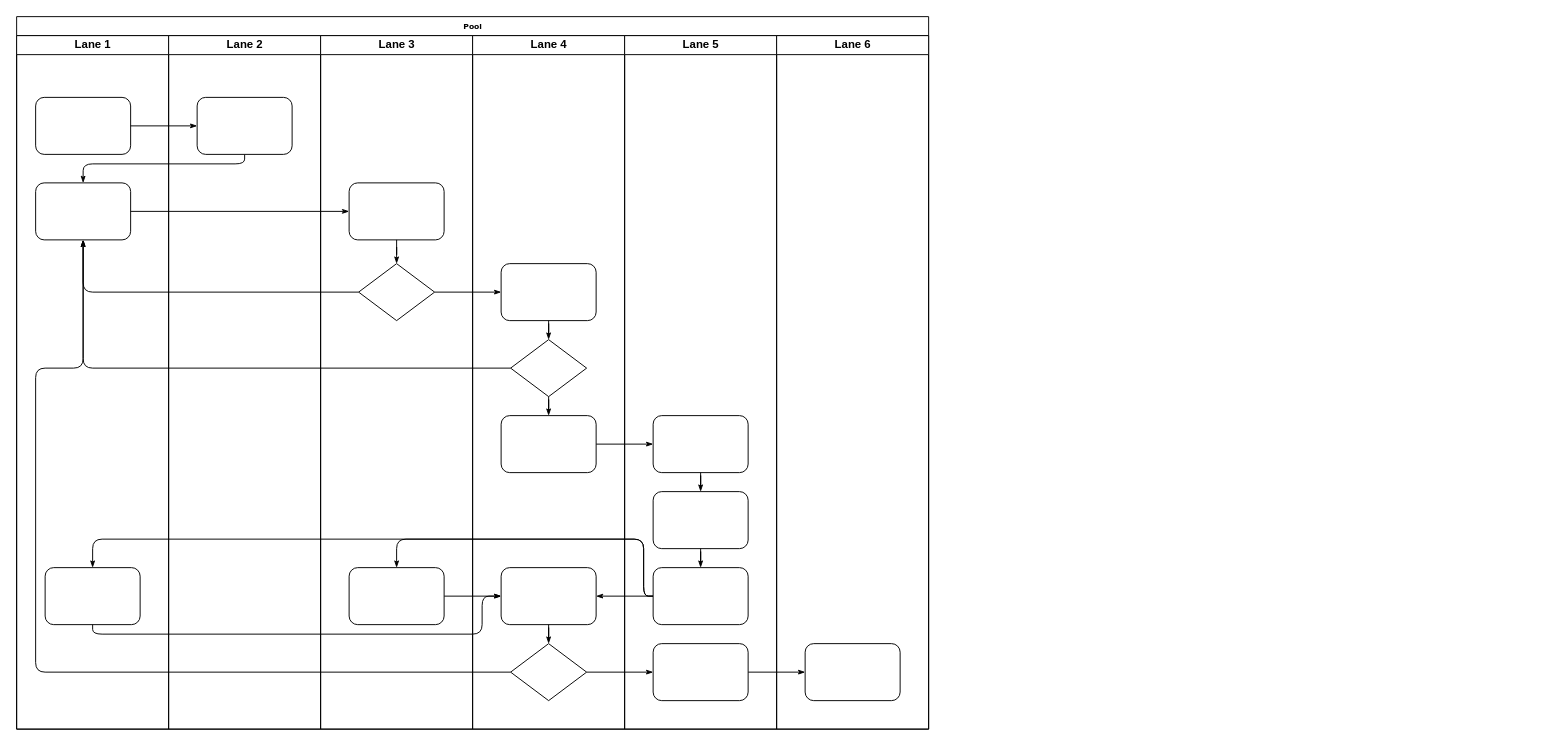
The draw.io diagram Ramalama.drawio in smooge/drawings, before the edit. Source tidied: cells renumbered, new cells numbered last; positions are measured from the earlier drawing's top-left corner, leaving out a move shared by most shapes. Both pictures are drawn from the tidied source at 95%, with x=0, y=0 at pixel (16, 16).
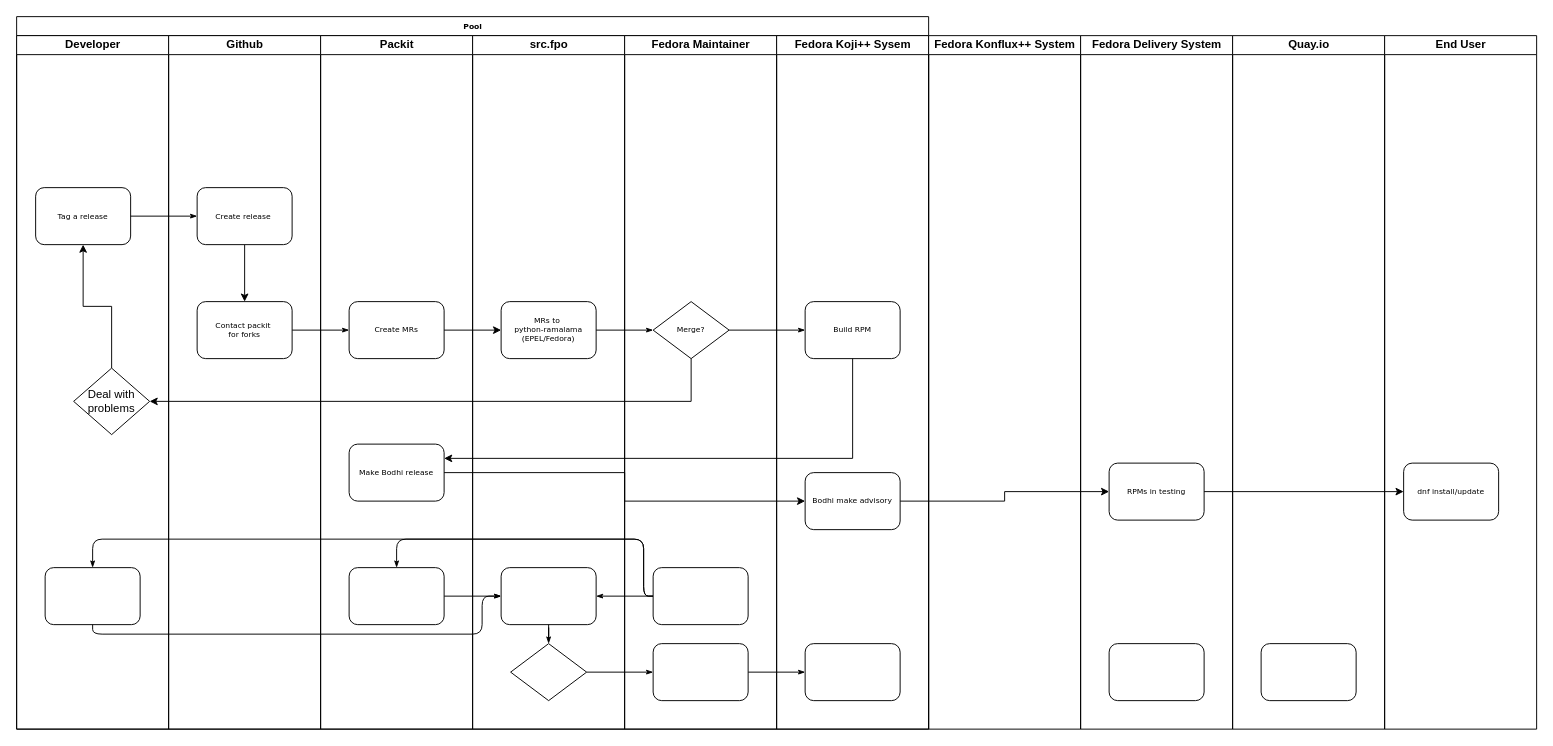
After the change.

Unchanged cells that the change refers to:
```xml
<mxCell id="2" value="Pool" style="swimlane;html=1;startSize=20;rounded=0;shadow=0;labelBackgroundColor=none;strokeWidth=1;fontFamily=Verdana;fontSize=8;align=center;" parent="1" vertex="1">
  <mxGeometry width="960" height="750" as="geometry" />
</mxCell>
<mxCell id="33" style="rounded=1;whiteSpace=wrap;html=1;shadow=0;labelBackgroundColor=none;strokeWidth=1;fontFamily=Verdana;fontSize=8;align=center;" parent="29" vertex="1">
  <mxGeometry x="30" y="560" width="100" height="60" as="geometry" />
</mxCell>
<mxCell id="34" style="rhombus;whiteSpace=wrap;html=1;rounded=0;shadow=0;labelBackgroundColor=none;strokeWidth=1;fontFamily=Verdana;fontSize=8;align=center;" parent="29" vertex="1">
  <mxGeometry x="40" y="640" width="80" height="60" as="geometry" />
</mxCell>
```

Change to the diagram source:
```diff
@@
-    <mxCell id="3" value="Lane 1" style="swimlane;html=1;startSize=20;" parent="2" vertex="1">
+    <mxCell id="3" value="Developer" style="swimlane;html=1;startSize=20;" parent="2" vertex="1">
       <mxGeometry y="20" width="160" height="730" as="geometry" />
     </mxCell>
-    <mxCell id="4" style="rounded=1;whiteSpace=wrap;html=1;shadow=0;labelBackgroundColor=none;strokeWidth=1;fontFamily=Verdana;fontSize=8;align=center;" parent="3" vertex="1">
-      <mxGeometry x="20" y="65" width="100" height="60" as="geometry" />
+    <mxCell id="4" value="Tag a release" style="rounded=1;whiteSpace=wrap;html=1;shadow=0;labelBackgroundColor=none;strokeWidth=1;fontFamily=Verdana;fontSize=8;align=center;" parent="3" vertex="1">
+      <mxGeometry x="20" y="160" width="100" height="60" as="geometry" />
     </mxCell>
-    <mxCell id="5" style="rounded=1;whiteSpace=wrap;html=1;shadow=0;labelBackgroundColor=none;strokeWidth=1;fontFamily=Verdana;fontSize=8;align=center;" parent="3" vertex="1">
-      <mxGeometry x="20" y="155" width="100" height="60" as="geometry" />
-    </mxCell>
@@
+    <mxCell id="47" style="edgeStyle=orthogonalEdgeStyle;rounded=0;jettySize=auto;html=1;exitX=0.5;exitY=0;exitDx=0;exitDy=0;entryX=0.5;entryY=1;entryDx=0;entryDy=0;" parent="3" edge="1" source="48" target="4">
+      <mxGeometry relative="1" as="geometry" />
+    </mxCell>
+    <mxCell id="48" value="Deal with problems" style="rhombus;whiteSpace=wrap;html=1;" parent="3" vertex="1">
+      <mxGeometry x="60" y="350" width="80" height="70" as="geometry" />
+    </mxCell>
@@
-    <mxCell id="8" style="edgeStyle=orthogonalEdgeStyle;rounded=1;html=1;labelBackgroundColor=none;startArrow=none;startFill=0;startSize=5;endArrow=classicThin;endFill=1;endSize=5;jettySize=auto;strokeWidth=1;fontFamily=Verdana;fontSize=8;" parent="2" edge="1" source="23" target="5">
-      <mxGeometry relative="1" as="geometry">
-        <Array as="points">
-          <mxPoint x="240" y="155" />
-          <mxPoint x="70" y="155" />
-        </Array>
-      </mxGeometry>
-    </mxCell>
@@
-    <mxCell id="10" style="edgeStyle=orthogonalEdgeStyle;rounded=1;html=1;labelBackgroundColor=none;startArrow=none;startFill=0;startSize=5;endArrow=classicThin;endFill=1;endSize=5;jettySize=auto;strokeWidth=1;fontFamily=Verdana;fontSize=8;" parent="2" edge="1" source="26" target="5">
-      <mxGeometry relative="1" as="geometry" />
-    </mxCell>
-    <mxCell id="11" style="edgeStyle=orthogonalEdgeStyle;rounded=1;html=1;labelBackgroundColor=none;startArrow=none;startFill=0;startSize=5;endArrow=classicThin;endFill=1;endSize=5;jettySize=auto;strokeWidth=1;fontFamily=Verdana;fontSize=8;" parent="2" edge="1" source="31" target="5">
-      <mxGeometry relative="1" as="geometry" />
-    </mxCell>
-    <mxCell id="12" style="edgeStyle=orthogonalEdgeStyle;rounded=1;html=1;labelBackgroundColor=none;startArrow=none;startFill=0;startSize=5;endArrow=classicThin;endFill=1;endSize=5;jettySize=auto;strokeWidth=1;fontFamily=Verdana;fontSize=8;" parent="2" edge="1" source="34" target="5">
-      <mxGeometry relative="1" as="geometry">
-        <Array as="points">
-          <mxPoint x="20" y="690" />
-          <mxPoint x="20" y="370" />
-          <mxPoint x="70" y="370" />
-        </Array>
-      </mxGeometry>
-    </mxCell>
-    <mxCell id="13" style="edgeStyle=orthogonalEdgeStyle;rounded=1;html=1;labelBackgroundColor=none;startArrow=none;startFill=0;startSize=5;endArrow=classicThin;endFill=1;endSize=5;jettySize=auto;strokeWidth=1;fontFamily=Verdana;fontSize=8;" parent="2" edge="1" source="26" target="30">
-      <mxGeometry relative="1" as="geometry" />
-    </mxCell>
@@
-    <mxCell id="16" style="edgeStyle=orthogonalEdgeStyle;rounded=1;html=1;labelBackgroundColor=none;startArrow=none;startFill=0;startSize=5;endArrow=classicThin;endFill=1;endSize=5;jettySize=auto;strokeWidth=1;fontFamily=Verdana;fontSize=8;" parent="2" edge="1" source="32" target="39">
-      <mxGeometry relative="1" as="geometry" />
-    </mxCell>
@@
-    <mxCell id="22" value="Lane 2" style="swimlane;html=1;startSize=20;" parent="2" vertex="1">
+    <mxCell id="22" value="Github" style="swimlane;html=1;startSize=20;" parent="2" vertex="1">
       <mxGeometry x="160" y="20" width="160" height="730" as="geometry" />
     </mxCell>
+    <mxCell id="8" style="edgeStyle=orthogonalEdgeStyle;rounded=0;jettySize=auto;html=1;exitX=0.5;exitY=1;exitDx=0;exitDy=0;entryX=0.5;entryY=0;entryDx=0;entryDy=0;" parent="22" edge="1" source="23" target="5">
+      <mxGeometry relative="1" as="geometry" />
+    </mxCell>
-    <mxCell id="23" style="rounded=1;whiteSpace=wrap;html=1;shadow=0;labelBackgroundColor=none;strokeWidth=1;fontFamily=Verdana;fontSize=8;align=center;" parent="22" vertex="1">
-      <mxGeometry x="30" y="65" width="100" height="60" as="geometry" />
+    <mxCell id="23" value="Create release&amp;nbsp;" style="rounded=1;whiteSpace=wrap;html=1;shadow=0;labelBackgroundColor=none;strokeWidth=1;fontFamily=Verdana;fontSize=8;align=center;" parent="22" vertex="1">
+      <mxGeometry x="30" y="160" width="100" height="60" as="geometry" />
     </mxCell>
+    <mxCell id="5" value="Contact packit&amp;nbsp;&lt;div&gt;for forks&lt;/div&gt;" style="rounded=1;whiteSpace=wrap;html=1;shadow=0;labelBackgroundColor=none;strokeWidth=1;fontFamily=Verdana;fontSize=8;align=center;" parent="22" vertex="1">
+      <mxGeometry x="30" y="280" width="100" height="60" as="geometry" />
+    </mxCell>
-    <mxCell id="24" value="Lane 3" style="swimlane;html=1;startSize=20;" parent="2" vertex="1">
+    <mxCell id="24" value="Packit" style="swimlane;html=1;startSize=20;" parent="2" vertex="1">
       <mxGeometry x="320" y="20" width="160" height="730" as="geometry" />
     </mxCell>
-    <mxCell id="25" style="rounded=1;whiteSpace=wrap;html=1;shadow=0;labelBackgroundColor=none;strokeWidth=1;fontFamily=Verdana;fontSize=8;align=center;" parent="24" vertex="1">
-      <mxGeometry x="30" y="155" width="100" height="60" as="geometry" />
+    <mxCell id="25" value="Create MRs" style="rounded=1;whiteSpace=wrap;html=1;shadow=0;labelBackgroundColor=none;strokeWidth=1;fontFamily=Verdana;fontSize=8;align=center;" parent="24" vertex="1">
+      <mxGeometry x="30" y="280" width="100" height="60" as="geometry" />
     </mxCell>
-    <mxCell id="26" style="rhombus;whiteSpace=wrap;html=1;rounded=0;shadow=0;labelBackgroundColor=none;strokeWidth=1;fontFamily=Verdana;fontSize=8;align=center;" parent="24" vertex="1">
-      <mxGeometry x="40" y="240" width="80" height="60" as="geometry" />
-    </mxCell>
@@
-    <mxCell id="28" style="edgeStyle=orthogonalEdgeStyle;rounded=1;html=1;labelBackgroundColor=none;startArrow=none;startFill=0;startSize=5;endArrow=classicThin;endFill=1;endSize=5;jettySize=auto;strokeWidth=1;fontFamily=Verdana;fontSize=8;" parent="24" edge="1" source="25" target="26">
-      <mxGeometry relative="1" as="geometry" />
-    </mxCell>
+    <mxCell id="39" value="Make Bodhi release" style="rounded=1;whiteSpace=wrap;html=1;shadow=0;labelBackgroundColor=none;strokeWidth=1;fontFamily=Verdana;fontSize=8;align=center;" parent="24" vertex="1">
+      <mxGeometry x="30" y="430" width="100" height="60" as="geometry" />
+    </mxCell>
-    <mxCell id="29" value="Lane 4" style="swimlane;html=1;startSize=20;" parent="2" vertex="1">
+    <mxCell id="29" value="src.fpo" style="swimlane;html=1;startSize=20;" parent="2" vertex="1">
       <mxGeometry x="480" y="20" width="160" height="730" as="geometry" />
     </mxCell>
-    <mxCell id="30" style="rounded=1;whiteSpace=wrap;html=1;shadow=0;labelBackgroundColor=none;strokeWidth=1;fontFamily=Verdana;fontSize=8;align=center;" parent="29" vertex="1">
-      <mxGeometry x="30" y="240" width="100" height="60" as="geometry" />
+    <mxCell id="30" value="MRs to&amp;nbsp;&lt;div&gt;python-ramalama&lt;/div&gt;&lt;div&gt;(EPEL/Fedora)&lt;/div&gt;" style="rounded=1;whiteSpace=wrap;html=1;shadow=0;labelBackgroundColor=none;strokeWidth=1;fontFamily=Verdana;fontSize=8;align=center;" parent="29" vertex="1">
+      <mxGeometry x="30" y="280" width="100" height="60" as="geometry" />
     </mxCell>
-    <mxCell id="31" style="rhombus;whiteSpace=wrap;html=1;rounded=0;shadow=0;labelBackgroundColor=none;strokeWidth=1;fontFamily=Verdana;fontSize=8;align=center;" parent="29" vertex="1">
-      <mxGeometry x="40" y="320" width="80" height="60" as="geometry" />
-    </mxCell>
-    <mxCell id="32" style="rounded=1;whiteSpace=wrap;html=1;shadow=0;labelBackgroundColor=none;strokeWidth=1;fontFamily=Verdana;fontSize=8;align=center;" parent="29" vertex="1">
-      <mxGeometry x="30" y="400" width="100" height="60" as="geometry" />
-    </mxCell>
@@
+    <mxCell id="37" style="edgeStyle=orthogonalEdgeStyle;rounded=1;html=1;labelBackgroundColor=none;startArrow=none;startFill=0;startSize=5;endArrow=classicThin;endFill=1;endSize=5;jettySize=auto;strokeWidth=1;fontFamily=Verdana;fontSize=8;" parent="29" edge="1" source="33" target="34">
+      <mxGeometry relative="1" as="geometry" />
+    </mxCell>
+    <mxCell id="38" value="Fedora Maintainer" style="swimlane;html=1;startSize=20;" parent="2" vertex="1">
+      <mxGeometry x="640" y="20" width="160" height="730" as="geometry" />
+    </mxCell>
+    <mxCell id="41" style="rounded=1;whiteSpace=wrap;html=1;shadow=0;labelBackgroundColor=none;strokeWidth=1;fontFamily=Verdana;fontSize=8;align=center;" parent="38" vertex="1">
+      <mxGeometry x="30" y="560" width="100" height="60" as="geometry" />
+    </mxCell>
+    <mxCell id="42" style="rounded=1;whiteSpace=wrap;html=1;shadow=0;labelBackgroundColor=none;strokeWidth=1;fontFamily=Verdana;fontSize=8;align=center;" parent="38" vertex="1">
+      <mxGeometry x="30" y="640" width="100" height="60" as="geometry" />
+    </mxCell>
+    <mxCell id="31" value="Merge?" style="rhombus;whiteSpace=wrap;html=1;rounded=0;shadow=0;labelBackgroundColor=none;strokeWidth=1;fontFamily=Verdana;fontSize=8;align=center;" parent="38" vertex="1">
+      <mxGeometry x="30" y="280" width="80" height="60" as="geometry" />
+    </mxCell>
+    <mxCell id="45" value="Fedora Koji++ Sysem" style="swimlane;html=1;startSize=20;" parent="2" vertex="1">
+      <mxGeometry x="800" y="20" width="160" height="730" as="geometry" />
+    </mxCell>
+    <mxCell id="46" style="rounded=1;whiteSpace=wrap;html=1;shadow=0;labelBackgroundColor=none;strokeWidth=1;fontFamily=Verdana;fontSize=8;align=center;" parent="45" vertex="1">
+      <mxGeometry x="30" y="640" width="100" height="60" as="geometry" />
+    </mxCell>
+    <mxCell id="32" value="Build RPM" style="rounded=1;whiteSpace=wrap;html=1;shadow=0;labelBackgroundColor=none;strokeWidth=1;fontFamily=Verdana;fontSize=8;align=center;" parent="45" vertex="1">
+      <mxGeometry x="30" y="280" width="100" height="60" as="geometry" />
+    </mxCell>
+    <mxCell id="49" value="Bodhi make advisory" style="rounded=1;whiteSpace=wrap;html=1;shadow=0;labelBackgroundColor=none;strokeWidth=1;fontFamily=Verdana;fontSize=8;align=center;" parent="45" vertex="1">
+      <mxGeometry x="30" y="460" width="100" height="60" as="geometry" />
+    </mxCell>
+    <mxCell id="50" style="edgeStyle=orthogonalEdgeStyle;rounded=0;jettySize=auto;html=1;exitX=1;exitY=0.5;exitDx=0;exitDy=0;entryX=0;entryY=0.5;entryDx=0;entryDy=0;" parent="2" edge="1" source="25" target="30">
+      <mxGeometry relative="1" as="geometry" />
+    </mxCell>
-    <mxCell id="35" style="edgeStyle=orthogonalEdgeStyle;rounded=1;html=1;labelBackgroundColor=none;startArrow=none;startFill=0;startSize=5;endArrow=classicThin;endFill=1;endSize=5;jettySize=auto;strokeColor=#000000;strokeWidth=1;fontFamily=Verdana;fontSize=8;fontColor=#000000;" parent="29" edge="1" source="30" target="31">
+    <mxCell id="35" style="edgeStyle=orthogonalEdgeStyle;rounded=1;html=1;labelBackgroundColor=none;startArrow=none;startFill=0;startSize=5;endArrow=classicThin;endFill=1;endSize=5;jettySize=auto;strokeColor=#000000;strokeWidth=1;fontFamily=Verdana;fontSize=8;fontColor=#000000;" parent="2" edge="1" source="30" target="31">
       <mxGeometry relative="1" as="geometry" />
     </mxCell>
-    <mxCell id="36" style="edgeStyle=orthogonalEdgeStyle;rounded=1;html=1;labelBackgroundColor=none;startArrow=none;startFill=0;startSize=5;endArrow=classicThin;endFill=1;endSize=5;jettySize=auto;strokeWidth=1;fontFamily=Verdana;fontSize=8;" parent="29" edge="1" source="31" target="32">
+    <mxCell id="36" style="edgeStyle=orthogonalEdgeStyle;rounded=1;html=1;labelBackgroundColor=none;startArrow=none;startFill=0;startSize=5;endArrow=classicThin;endFill=1;endSize=5;jettySize=auto;strokeWidth=1;fontFamily=Verdana;fontSize=8;" parent="2" edge="1" source="31" target="32">
       <mxGeometry relative="1" as="geometry" />
     </mxCell>
-    <mxCell id="37" style="edgeStyle=orthogonalEdgeStyle;rounded=1;html=1;labelBackgroundColor=none;startArrow=none;startFill=0;startSize=5;endArrow=classicThin;endFill=1;endSize=5;jettySize=auto;strokeWidth=1;fontFamily=Verdana;fontSize=8;" parent="29" edge="1" source="33" target="34">
-      <mxGeometry relative="1" as="geometry" />
-    </mxCell>
-    <mxCell id="38" value="Lane 5" style="swimlane;html=1;startSize=20;" parent="2" vertex="1">
-      <mxGeometry x="640" y="20" width="160" height="730" as="geometry" />
-    </mxCell>
-    <mxCell id="39" style="rounded=1;whiteSpace=wrap;html=1;shadow=0;labelBackgroundColor=none;strokeWidth=1;fontFamily=Verdana;fontSize=8;align=center;" parent="38" vertex="1">
-      <mxGeometry x="30" y="400" width="100" height="60" as="geometry" />
-    </mxCell>
+    <mxCell id="51" style="edgeStyle=orthogonalEdgeStyle;rounded=0;jettySize=auto;html=1;exitX=0.5;exitY=1;exitDx=0;exitDy=0;entryX=1;entryY=0.5;entryDx=0;entryDy=0;" parent="2" edge="1" source="31" target="48">
+      <mxGeometry relative="1" as="geometry" />
+    </mxCell>
+    <mxCell id="16" style="edgeStyle=orthogonalEdgeStyle;rounded=0;jettySize=auto;html=1;exitX=0.5;exitY=1;exitDx=0;exitDy=0;entryX=1;entryY=0.25;entryDx=0;entryDy=0;" parent="2" edge="1" source="32" target="39">
+      <mxGeometry relative="1" as="geometry" />
+    </mxCell>
+    <mxCell id="52" style="edgeStyle=orthogonalEdgeStyle;rounded=0;jettySize=auto;html=1;exitX=1;exitY=0.5;exitDx=0;exitDy=0;entryX=0;entryY=0.5;entryDx=0;entryDy=0;" parent="2" edge="1" source="39" target="49">
+      <mxGeometry relative="1" as="geometry" />
+    </mxCell>
+    <mxCell id="53" value="Fedora Konflux++ System" style="swimlane;html=1;startSize=20;" parent="1" vertex="1">
+      <mxGeometry x="960" y="20" width="160" height="730" as="geometry" />
+    </mxCell>
+    <mxCell id="54" value="Fedora Delivery System" style="swimlane;html=1;startSize=20;" parent="1" vertex="1">
+      <mxGeometry x="1120" y="20" width="160" height="730" as="geometry" />
+    </mxCell>
+    <mxCell id="55" style="rounded=1;whiteSpace=wrap;html=1;shadow=0;labelBackgroundColor=none;strokeWidth=1;fontFamily=Verdana;fontSize=8;align=center;" parent="54" vertex="1">
+      <mxGeometry x="30" y="640" width="100" height="60" as="geometry" />
+    </mxCell>
-    <mxCell id="40" style="rounded=1;whiteSpace=wrap;html=1;shadow=0;labelBackgroundColor=none;strokeWidth=1;fontFamily=Verdana;fontSize=8;align=center;" parent="38" vertex="1">
-      <mxGeometry x="30" y="480" width="100" height="60" as="geometry" />
+    <mxCell id="40" value="RPMs in testing" style="rounded=1;whiteSpace=wrap;html=1;shadow=0;labelBackgroundColor=none;strokeWidth=1;fontFamily=Verdana;fontSize=8;align=center;" parent="54" vertex="1">
+      <mxGeometry x="30" y="450" width="100" height="60" as="geometry" />
     </mxCell>
-    <mxCell id="41" style="rounded=1;whiteSpace=wrap;html=1;shadow=0;labelBackgroundColor=none;strokeWidth=1;fontFamily=Verdana;fontSize=8;align=center;" parent="38" vertex="1">
-      <mxGeometry x="30" y="560" width="100" height="60" as="geometry" />
-    </mxCell>
-    <mxCell id="42" style="rounded=1;whiteSpace=wrap;html=1;shadow=0;labelBackgroundColor=none;strokeWidth=1;fontFamily=Verdana;fontSize=8;align=center;" parent="38" vertex="1">
-      <mxGeometry x="30" y="640" width="100" height="60" as="geometry" />
-    </mxCell>
-    <mxCell id="43" style="edgeStyle=orthogonalEdgeStyle;rounded=1;html=1;labelBackgroundColor=none;startArrow=none;startFill=0;startSize=5;endArrow=classicThin;endFill=1;endSize=5;jettySize=auto;strokeWidth=1;fontFamily=Verdana;fontSize=8;" parent="38" edge="1" source="39" target="40">
-      <mxGeometry relative="1" as="geometry" />
-    </mxCell>
-    <mxCell id="44" style="edgeStyle=orthogonalEdgeStyle;rounded=1;html=1;labelBackgroundColor=none;startArrow=none;startFill=0;startSize=5;endArrow=classicThin;endFill=1;endSize=5;jettySize=auto;strokeWidth=1;fontFamily=Verdana;fontSize=8;" parent="38" edge="1" source="40" target="41">
-      <mxGeometry relative="1" as="geometry" />
-    </mxCell>
-    <mxCell id="45" value="Lane 6" style="swimlane;html=1;startSize=20;" parent="2" vertex="1">
-      <mxGeometry x="800" y="20" width="160" height="730" as="geometry" />
-    </mxCell>
-    <mxCell id="46" style="rounded=1;whiteSpace=wrap;html=1;shadow=0;labelBackgroundColor=none;strokeWidth=1;fontFamily=Verdana;fontSize=8;align=center;" parent="45" vertex="1">
-      <mxGeometry x="30" y="640" width="100" height="60" as="geometry" />
-    </mxCell>
+    <mxCell id="56" value="Quay.io" style="swimlane;html=1;startSize=20;" parent="1" vertex="1">
+      <mxGeometry x="1280" y="20" width="160" height="730" as="geometry" />
+    </mxCell>
+    <mxCell id="57" style="rounded=1;whiteSpace=wrap;html=1;shadow=0;labelBackgroundColor=none;strokeWidth=1;fontFamily=Verdana;fontSize=8;align=center;" parent="56" vertex="1">
+      <mxGeometry x="30" y="640" width="100" height="60" as="geometry" />
+    </mxCell>
+    <mxCell id="58" value="End User" style="swimlane;html=1;startSize=20;" parent="1" vertex="1">
+      <mxGeometry x="1440" y="20" width="160" height="730" as="geometry" />
+    </mxCell>
+    <mxCell id="59" value="dnf install/update" style="rounded=1;whiteSpace=wrap;html=1;shadow=0;labelBackgroundColor=none;strokeWidth=1;fontFamily=Verdana;fontSize=8;align=center;" parent="58" vertex="1">
+      <mxGeometry x="20" y="450" width="100" height="60" as="geometry" />
+    </mxCell>
+    <mxCell id="60" style="edgeStyle=orthogonalEdgeStyle;rounded=0;jettySize=auto;html=1;exitX=1;exitY=0.5;exitDx=0;exitDy=0;" parent="1" edge="1" source="40" target="59">
+      <mxGeometry relative="1" as="geometry" />
+    </mxCell>
+    <mxCell id="61" style="edgeStyle=orthogonalEdgeStyle;rounded=0;jettySize=auto;html=1;exitX=1;exitY=0.5;exitDx=0;exitDy=0;entryX=0;entryY=0.5;entryDx=0;entryDy=0;" parent="1" edge="1" source="49" target="40">
+      <mxGeometry relative="1" as="geometry" />
+    </mxCell>
```
